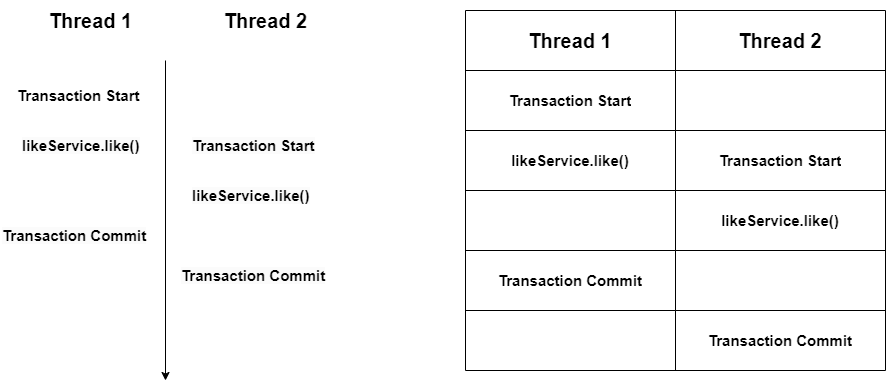
Above: @Transactional.png in peeerr/document (draw.io), before the change. Source tidied: cells renumbered, new cells last; positions are measured from the earlier drawing's top-left corner, leaving out a move shared by most shapes.
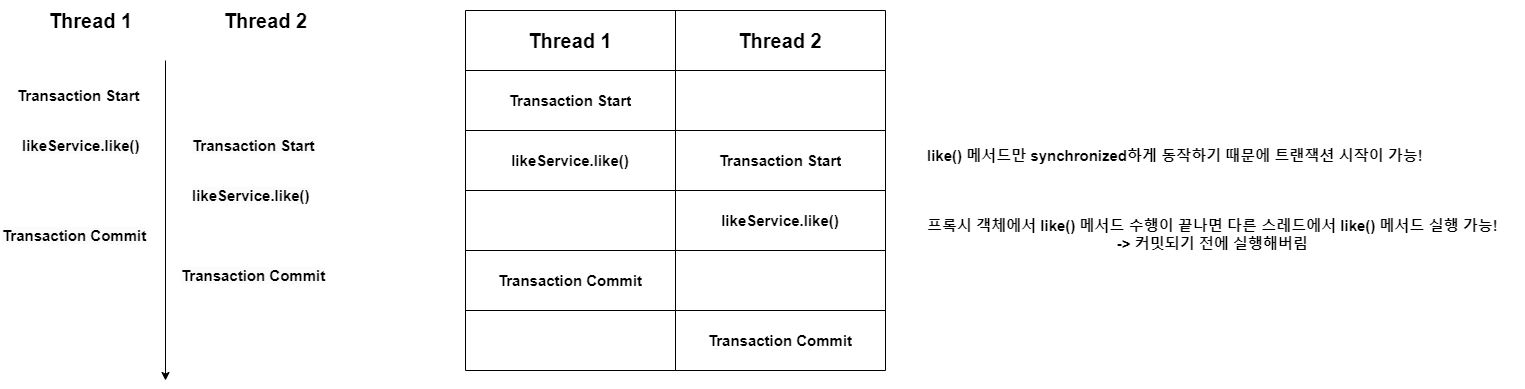
After the commit.

Diff of the diagram source:
```diff
@@ -89,5 +89,11 @@
     <mxCell id="29" value="&lt;span style=&quot;font-size: 15px; font-weight: 700;&quot;&gt;Transaction Commit&lt;/span&gt;" style="shape=partialRectangle;html=1;whiteSpace=wrap;strokeColor=inherit;overflow=hidden;fillColor=none;top=0;left=0;bottom=0;right=0;" parent="27" vertex="1">
       <mxGeometry x="210" width="210" height="60" as="geometry" />
     </mxCell>
+    <mxCell id="30" value="&lt;div style=&quot;text-align: center;&quot;&gt;&lt;span style=&quot;font-size: 15px;&quot;&gt;&lt;b&gt;like() 메서드만 synchronized하게 동작하기 때문에 트랜잭션 시작이 가능!&lt;/b&gt;&lt;/span&gt;&lt;/div&gt;" style="text;whiteSpace=wrap;html=1;" parent="1" vertex="1">
+      <mxGeometry x="925" y="140" width="510" height="40" as="geometry" />
+    </mxCell>
+    <mxCell id="31" value="&lt;div style=&quot;text-align: center;&quot;&gt;&lt;span style=&quot;font-size: 15px;&quot;&gt;&lt;b&gt;프록시 객체에서 like() 메서드 수행이 끝나면 다른 스레드에서 like() 메서드 실행 가능!&lt;/b&gt;&lt;/span&gt;&lt;/div&gt;&lt;div style=&quot;text-align: center;&quot;&gt;&lt;span style=&quot;font-size: 15px;&quot;&gt;&lt;b&gt;-&amp;gt;&amp;nbsp;&lt;/b&gt;&lt;/span&gt;&lt;b style=&quot;background-color: initial; font-size: 15px;&quot;&gt;커밋되기 전에 실행해버림&lt;/b&gt;&lt;/div&gt;" style="text;whiteSpace=wrap;html=1;" parent="1" vertex="1">
+      <mxGeometry x="925" y="210" width="600" height="60" as="geometry" />
+    </mxCell>
   </root>
 </mxGraphModel>
```
